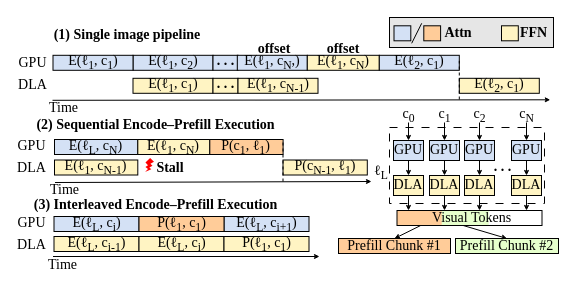
icszhr/hermes keeps this draw.io diagram as figures/design_imgpipe.drawio. Above is the earlier version. Source tidied: cells renumbered, new cells numbered last; positions are measured from the earlier drawing's top-left corner, leaving out a move shared by most shapes. Both pictures are drawn from the tidied source at 100%, with x=0, y=0 at pixel (19, 17).
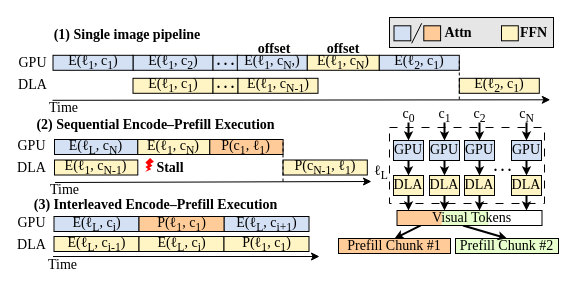
After the change.

Unchanged cells that the change refers to:
```xml
<mxCell id="5" value="GPU" style="rounded=0;whiteSpace=wrap;html=1;fontFamily=Times New Roman;fillColor=#D4E1F5;fontSize=14;" parent="1" vertex="1">
  <mxGeometry x="374" y="123" width="30" height="20" as="geometry" />
</mxCell>
<mxCell id="7" value="DLA" style="rounded=0;whiteSpace=wrap;html=1;fontFamily=Times New Roman;fillColor=#FFF4C3;fontSize=14;" parent="1" vertex="1">
  <mxGeometry x="374" y="158" width="30" height="20" as="geometry" />
</mxCell>
<mxCell id="9" value="c&lt;sub&gt;0&lt;/sub&gt;" style="text;html=1;whiteSpace=wrap;strokeColor=none;fillColor=none;align=center;verticalAlign=middle;rounded=0;fontFamily=Times New Roman;fontSize=14;" parent="1" vertex="1">
  <mxGeometry x="371.5" y="90" width="35" height="15" as="geometry" />
</mxCell>
<mxCell id="12" value="GPU" style="rounded=0;whiteSpace=wrap;html=1;fontFamily=Times New Roman;fillColor=#D4E1F5;fontSize=14;" parent="1" vertex="1">
  <mxGeometry x="410" y="123" width="30" height="20" as="geometry" />
</mxCell>
<mxCell id="14" value="DLA" style="rounded=0;whiteSpace=wrap;html=1;fontFamily=Times New Roman;fillColor=#FFF4C3;fontSize=14;" parent="1" vertex="1">
  <mxGeometry x="410" y="158" width="30" height="20" as="geometry" />
</mxCell>
<mxCell id="16" value="c&lt;sub&gt;1&lt;/sub&gt;" style="text;html=1;whiteSpace=wrap;strokeColor=none;fillColor=none;align=center;verticalAlign=middle;rounded=0;fontFamily=Times New Roman;fontSize=14;" parent="1" vertex="1">
  <mxGeometry x="407.5" y="90" width="35" height="15" as="geometry" />
</mxCell>
<mxCell id="18" value="GPU" style="rounded=0;whiteSpace=wrap;html=1;fontFamily=Times New Roman;fillColor=#D4E1F5;fontSize=14;" parent="1" vertex="1">
  <mxGeometry x="492" y="123" width="30" height="20" as="geometry" />
</mxCell>
<mxCell id="20" value="DLA" style="rounded=0;whiteSpace=wrap;html=1;fontFamily=Times New Roman;fillColor=#FFF4C3;fontSize=14;" parent="1" vertex="1">
  <mxGeometry x="492" y="158" width="30" height="20" as="geometry" />
</mxCell>
<mxCell id="22" value="c&lt;sub&gt;N&lt;/sub&gt;" style="text;html=1;whiteSpace=wrap;strokeColor=none;fillColor=none;align=center;verticalAlign=middle;rounded=0;fontFamily=Times New Roman;fontSize=14;" parent="1" vertex="1">
  <mxGeometry x="489.5" y="90" width="35" height="15" as="geometry" />
</mxCell>
<mxCell id="26" value="GPU" style="rounded=0;whiteSpace=wrap;html=1;fontFamily=Times New Roman;fillColor=#D4E1F5;fontSize=14;" parent="1" vertex="1">
  <mxGeometry x="445" y="123" width="30" height="20" as="geometry" />
</mxCell>
<mxCell id="28" value="DLA" style="rounded=0;whiteSpace=wrap;html=1;fontFamily=Times New Roman;fillColor=#FFF4C3;fontSize=14;" parent="1" vertex="1">
  <mxGeometry x="445" y="158" width="30" height="20" as="geometry" />
</mxCell>
<mxCell id="30" value="c&lt;sub&gt;2&lt;/sub&gt;" style="text;html=1;whiteSpace=wrap;strokeColor=none;fillColor=none;align=center;verticalAlign=middle;rounded=0;fontFamily=Times New Roman;fontSize=14;" parent="1" vertex="1">
  <mxGeometry x="442.5" y="90" width="35" height="15" as="geometry" />
</mxCell>
<mxCell id="31" value="Prefill Chunk #1" style="rounded=0;whiteSpace=wrap;html=1;fontFamily=Times New Roman;fillColor=#FFCC99;fontSize=14;" parent="1" vertex="1">
  <mxGeometry x="319" y="221" width="112" height="15" as="geometry" />
</mxCell>
<mxCell id="33" value="Prefill Chunk #2" style="rounded=0;whiteSpace=wrap;html=1;fontFamily=Times New Roman;fillColor=#E6FFCC;fontSize=14;" parent="1" vertex="1">
  <mxGeometry x="436" y="221" width="103" height="15" as="geometry" />
</mxCell>
<mxCell id="49" style="rounded=0;whiteSpace=wrap;html=1;align=right;fillColor=none;fontSize=14;" parent="1" vertex="1">
  <mxGeometry x="377.5" y="193" width="145" height="15" as="geometry" />
</mxCell>
```

Diff of the diagram source:
```diff
@@
-    <mxCell id="4" style="edgeStyle=orthogonalEdgeStyle;rounded=0;jettySize=auto;html=1;exitX=0.5;exitY=1;exitDx=0;exitDy=0;entryX=0.5;entryY=0;entryDx=0;entryDy=0;endSize=3;fontFamily=Times New Roman;fontSize=14;" parent="1" edge="1" source="5" target="7">
+    <mxCell id="4" style="edgeStyle=orthogonalEdgeStyle;rounded=0;jettySize=auto;html=1;exitX=0.5;exitY=1;exitDx=0;exitDy=0;entryX=0.5;entryY=0;entryDx=0;entryDy=0;endSize=3;fontFamily=Times New Roman;fontSize=14;strokeWidth=2;" parent="1" edge="1" source="5" target="7">
       <mxGeometry relative="1" as="geometry" />
     </mxCell>
@@
-    <mxCell id="6" style="rounded=0;jettySize=auto;html=1;endSize=3;fontFamily=Times New Roman;fontSize=14;" parent="1" edge="1" source="7">
+    <mxCell id="6" style="rounded=0;jettySize=auto;html=1;endSize=3;fontFamily=Times New Roman;fontSize=14;strokeWidth=2;" parent="1" edge="1" source="7">
       <mxGeometry relative="1" as="geometry">
         <mxPoint x="389" y="193" as="targetPoint" />
       </mxGeometry>
     </mxCell>
@@
-    <mxCell id="8" style="rounded=0;jettySize=auto;html=1;entryX=0.5;entryY=0;entryDx=0;entryDy=0;endSize=3;fontFamily=Times New Roman;fontSize=14;exitX=0.5;exitY=1;exitDx=0;exitDy=0;" parent="1" edge="1" source="9" target="5">
+    <mxCell id="8" style="rounded=0;jettySize=auto;html=1;entryX=0.5;entryY=0;entryDx=0;entryDy=0;endSize=3;fontFamily=Times New Roman;fontSize=14;exitX=0.5;exitY=1;exitDx=0;exitDy=0;strokeWidth=2;" parent="1" edge="1" source="9" target="5">
       <mxGeometry relative="1" as="geometry" />
     </mxCell>
@@
-    <mxCell id="11" style="edgeStyle=orthogonalEdgeStyle;rounded=0;jettySize=auto;html=1;exitX=0.5;exitY=1;exitDx=0;exitDy=0;entryX=0.5;entryY=0;entryDx=0;entryDy=0;endSize=3;fontFamily=Times New Roman;fontSize=14;" parent="1" edge="1" source="12" target="14">
+    <mxCell id="11" style="edgeStyle=orthogonalEdgeStyle;rounded=0;jettySize=auto;html=1;exitX=0.5;exitY=1;exitDx=0;exitDy=0;entryX=0.5;entryY=0;entryDx=0;entryDy=0;endSize=3;fontFamily=Times New Roman;fontSize=14;strokeWidth=2;" parent="1" edge="1" source="12" target="14">
       <mxGeometry relative="1" as="geometry" />
     </mxCell>
@@
-    <mxCell id="13" style="rounded=0;jettySize=auto;html=1;endSize=3;fontFamily=Times New Roman;fontSize=14;" parent="1" edge="1" source="14">
+    <mxCell id="13" style="rounded=0;jettySize=auto;html=1;endSize=3;fontFamily=Times New Roman;fontSize=14;strokeWidth=2;" parent="1" edge="1" source="14">
       <mxGeometry relative="1" as="geometry">
         <mxPoint x="425" y="193" as="targetPoint" />
       </mxGeometry>
     </mxCell>
@@
-    <mxCell id="15" style="rounded=0;jettySize=auto;html=1;entryX=0.5;entryY=0;entryDx=0;entryDy=0;endSize=3;fontFamily=Times New Roman;fontSize=14;exitX=0.5;exitY=1;exitDx=0;exitDy=0;" parent="1" edge="1" source="16" target="12">
+    <mxCell id="15" style="rounded=0;jettySize=auto;html=1;entryX=0.5;entryY=0;entryDx=0;entryDy=0;endSize=3;fontFamily=Times New Roman;fontSize=14;exitX=0.5;exitY=1;exitDx=0;exitDy=0;strokeWidth=2;" parent="1" edge="1" source="16" target="12">
       <mxGeometry relative="1" as="geometry" />
     </mxCell>
@@
-    <mxCell id="17" style="edgeStyle=orthogonalEdgeStyle;rounded=0;jettySize=auto;html=1;exitX=0.5;exitY=1;exitDx=0;exitDy=0;entryX=0.5;entryY=0;entryDx=0;entryDy=0;endSize=3;fontFamily=Times New Roman;fontSize=14;" parent="1" edge="1" source="18" target="20">
+    <mxCell id="17" style="edgeStyle=orthogonalEdgeStyle;rounded=0;jettySize=auto;html=1;exitX=0.5;exitY=1;exitDx=0;exitDy=0;entryX=0.5;entryY=0;entryDx=0;entryDy=0;endSize=3;fontFamily=Times New Roman;fontSize=14;strokeWidth=2;" parent="1" edge="1" source="18" target="20">
       <mxGeometry relative="1" as="geometry" />
     </mxCell>
@@
-    <mxCell id="19" style="rounded=0;jettySize=auto;html=1;endSize=3;fontFamily=Times New Roman;fontSize=14;" parent="1" edge="1" source="20">
+    <mxCell id="19" style="rounded=0;jettySize=auto;html=1;endSize=3;fontFamily=Times New Roman;fontSize=14;strokeWidth=2;" parent="1" edge="1" source="20">
       <mxGeometry relative="1" as="geometry">
         <mxPoint x="507" y="193" as="targetPoint" />
       </mxGeometry>
     </mxCell>
@@
-    <mxCell id="21" style="rounded=0;jettySize=auto;html=1;entryX=0.5;entryY=0;entryDx=0;entryDy=0;endSize=3;fontFamily=Times New Roman;fontSize=14;exitX=0.5;exitY=1;exitDx=0;exitDy=0;" parent="1" edge="1" source="22" target="18">
+    <mxCell id="21" style="rounded=0;jettySize=auto;html=1;entryX=0.5;entryY=0;entryDx=0;entryDy=0;endSize=3;fontFamily=Times New Roman;fontSize=14;exitX=0.5;exitY=1;exitDx=0;exitDy=0;strokeWidth=2;" parent="1" edge="1" source="22" target="18">
       <mxGeometry relative="1" as="geometry" />
     </mxCell>
@@
-    <mxCell id="25" style="edgeStyle=orthogonalEdgeStyle;rounded=0;jettySize=auto;html=1;exitX=0.5;exitY=1;exitDx=0;exitDy=0;entryX=0.5;entryY=0;entryDx=0;entryDy=0;endSize=3;fontFamily=Times New Roman;fontSize=14;" parent="1" edge="1" source="26" target="28">
+    <mxCell id="25" style="edgeStyle=orthogonalEdgeStyle;rounded=0;jettySize=auto;html=1;exitX=0.5;exitY=1;exitDx=0;exitDy=0;entryX=0.5;entryY=0;entryDx=0;entryDy=0;endSize=3;fontFamily=Times New Roman;fontSize=14;strokeWidth=2;" parent="1" edge="1" source="26" target="28">
       <mxGeometry relative="1" as="geometry" />
     </mxCell>
@@
-    <mxCell id="27" style="rounded=0;jettySize=auto;html=1;endSize=3;fontFamily=Times New Roman;fontSize=14;" parent="1" edge="1" source="28">
+    <mxCell id="27" style="rounded=0;jettySize=auto;html=1;endSize=3;fontFamily=Times New Roman;fontSize=14;strokeWidth=2;" parent="1" edge="1" source="28">
       <mxGeometry relative="1" as="geometry">
         <mxPoint x="460" y="193" as="targetPoint" />
       </mxGeometry>
     </mxCell>
@@
-    <mxCell id="29" style="rounded=0;jettySize=auto;html=1;entryX=0.5;entryY=0;entryDx=0;entryDy=0;endSize=3;fontFamily=Times New Roman;fontSize=14;exitX=0.5;exitY=1;exitDx=0;exitDy=0;" parent="1" edge="1" source="30" target="26">
+    <mxCell id="29" style="rounded=0;jettySize=auto;html=1;entryX=0.5;entryY=0;entryDx=0;entryDy=0;endSize=3;fontFamily=Times New Roman;fontSize=14;exitX=0.5;exitY=1;exitDx=0;exitDy=0;strokeWidth=2;" parent="1" edge="1" source="30" target="26">
       <mxGeometry relative="1" as="geometry" />
     </mxCell>
@@
-    <mxCell id="34" style="rounded=0;jettySize=auto;html=1;exitX=0.5;exitY=0;exitDx=0;exitDy=0;entryX=0.164;entryY=0.997;entryDx=0;entryDy=0;entryPerimeter=0;endArrow=none;endFill=0;startArrow=classic;startFill=1;startSize=3;fontSize=14;" parent="1" edge="1" source="31" target="49">
+    <mxCell id="34" style="rounded=0;jettySize=auto;html=1;exitX=0.5;exitY=0;exitDx=0;exitDy=0;entryX=0.164;entryY=0.997;entryDx=0;entryDy=0;entryPerimeter=0;endArrow=none;endFill=0;startArrow=classic;startFill=1;startSize=3;fontSize=14;strokeWidth=2;endSize=3;" parent="1" edge="1" source="31" target="49">
       <mxGeometry relative="1" as="geometry" />
     </mxCell>
-    <mxCell id="35" style="rounded=0;jettySize=auto;html=1;exitX=0.5;exitY=0;exitDx=0;exitDy=0;entryX=0.455;entryY=0.995;entryDx=0;entryDy=0;entryPerimeter=0;endArrow=none;endFill=0;startArrow=classic;startFill=1;startSize=3;fontSize=14;" parent="1" edge="1" source="33" target="49">
+    <mxCell id="35" style="rounded=0;jettySize=auto;html=1;exitX=0.5;exitY=0;exitDx=0;exitDy=0;entryX=0.455;entryY=0.995;entryDx=0;entryDy=0;entryPerimeter=0;endArrow=none;endFill=0;startArrow=classic;startFill=1;startSize=3;fontSize=14;strokeWidth=2;endSize=3;" parent="1" edge="1" source="33" target="49">
       <mxGeometry relative="1" as="geometry" />
     </mxCell>
@@
-    <mxCell id="53" style="endArrow=classic;html=1;rounded=0;endSize=3;fontSize=14;" parent="1" edge="1">
+    <mxCell id="53" style="endArrow=classic;html=1;rounded=0;endSize=6;fontSize=14;strokeWidth=1;" parent="1" edge="1">
       <mxGeometry relative="1" as="geometry">
         <mxPoint x="33" y="82.8" as="sourcePoint" />
         <mxPoint x="530.8" y="82.3" as="targetPoint" />
       </mxGeometry>
     </mxCell>
@@
-    <mxCell id="69" style="endArrow=classic;html=1;rounded=0;endSize=3;fontSize=14;" parent="1" edge="1">
+    <mxCell id="69" style="endArrow=classic;html=1;rounded=0;endSize=6;fontSize=14;strokeWidth=1;" parent="1" edge="1">
       <mxGeometry relative="1" as="geometry">
         <mxPoint x="33.5" y="239" as="sourcePoint" />
         <mxPoint x="300" y="239" as="targetPoint" />
       </mxGeometry>
     </mxCell>
@@
-    <mxCell id="71" style="endArrow=classic;html=1;rounded=0;endSize=3;fontSize=14;" parent="1" edge="1">
+    <mxCell id="71" style="endArrow=classic;html=1;rounded=0;endSize=6;fontSize=14;strokeWidth=1;" parent="1" edge="1">
       <mxGeometry relative="1" as="geometry">
         <mxPoint x="35.5" y="165" as="sourcePoint" />
         <mxPoint x="352" y="164" as="targetPoint" />
       </mxGeometry>
     </mxCell>
```
